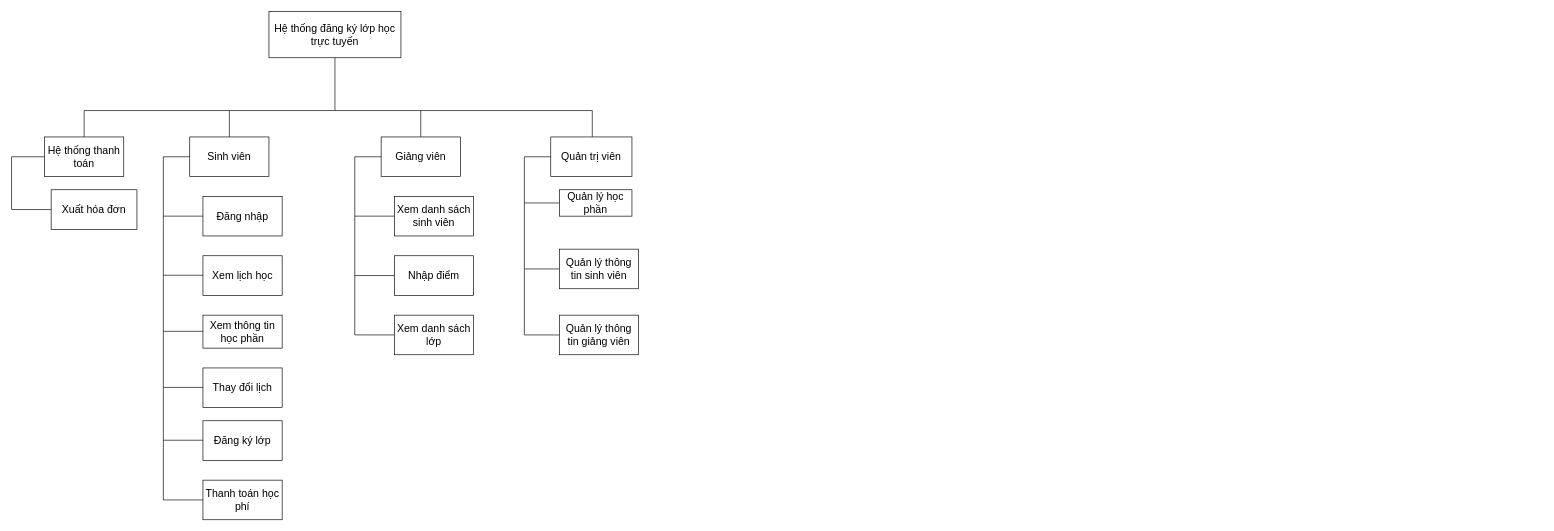
The draw.io diagram lap1.drawio in ngochai1242003/ngochai120403, before the edit. Source tidied: cells renumbered, new cells numbered last; positions are measured from the earlier drawing's top-left corner, leaving out a move shared by most shapes. Both pictures are drawn from the tidied source at 66%, with x=0, y=0 at pixel (11, 11).
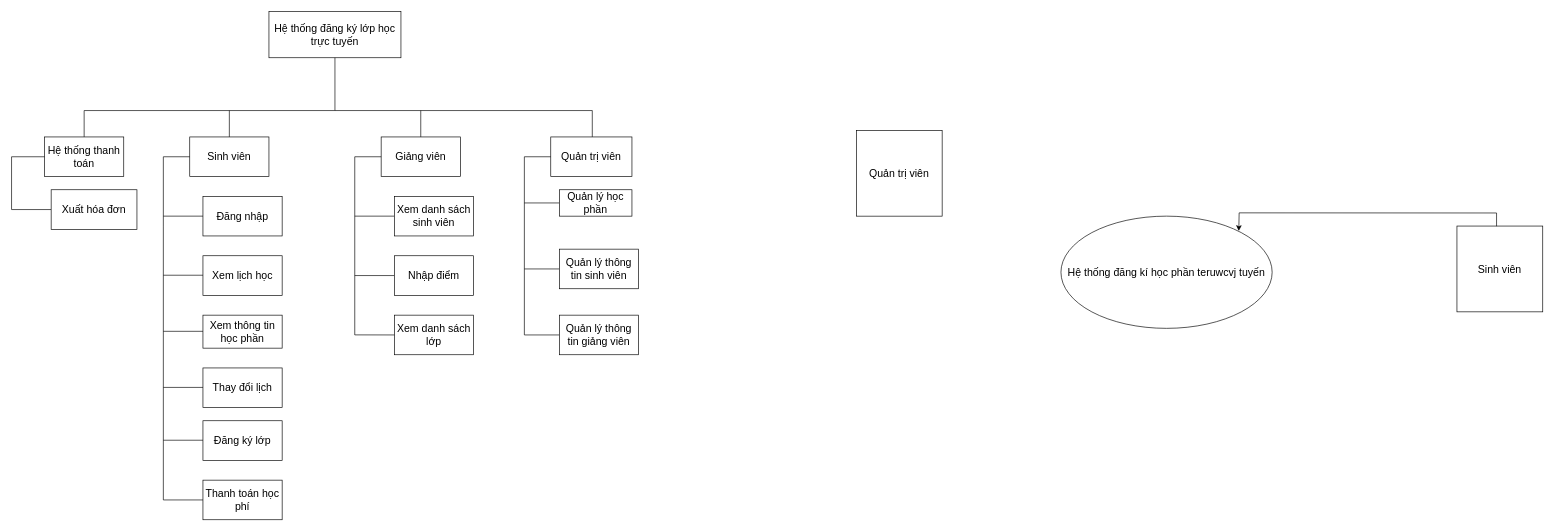
Above is the later version.

The edit, as a diff of the source:
```diff
@@
+    <mxCell id="42" value="&lt;font style=&quot;font-size: 16px;&quot;&gt;Hệ thống đăng kí học phần teruwcvj tuyến&lt;/font&gt;" style="ellipse;whiteSpace=wrap;html=1;" parent="1" vertex="1">
+      <mxGeometry x="1590" y="310" width="320" height="170" as="geometry" />
+    </mxCell>
+    <mxCell id="43" value="&lt;font style=&quot;font-size: 16px;&quot;&gt;Quản trị viên&lt;/font&gt;" style="whiteSpace=wrap;html=1;" parent="1" vertex="1">
+      <mxGeometry x="1280" y="180" width="130" height="130" as="geometry" />
+    </mxCell>
+    <mxCell id="44" value="&lt;font style=&quot;font-size: 16px;&quot;&gt;Sinh viên&lt;/font&gt;" style="whiteSpace=wrap;html=1;" parent="1" vertex="1">
+      <mxGeometry x="2190" y="325" width="130" height="130" as="geometry" />
+    </mxCell>
+    <mxCell id="45" style="endArrow=classic;html=1;rounded=0;entryX=0.842;entryY=0.132;entryDx=0;entryDy=0;entryPerimeter=0;" parent="1" edge="1" target="42">
+      <mxGeometry relative="1" as="geometry">
+        <mxPoint x="2250" y="325.2" as="sourcePoint" />
+        <Array as="points">
+          <mxPoint x="2250" y="305.2" />
+          <mxPoint x="1860" y="305" />
+        </Array>
+      </mxGeometry>
+    </mxCell>
```
